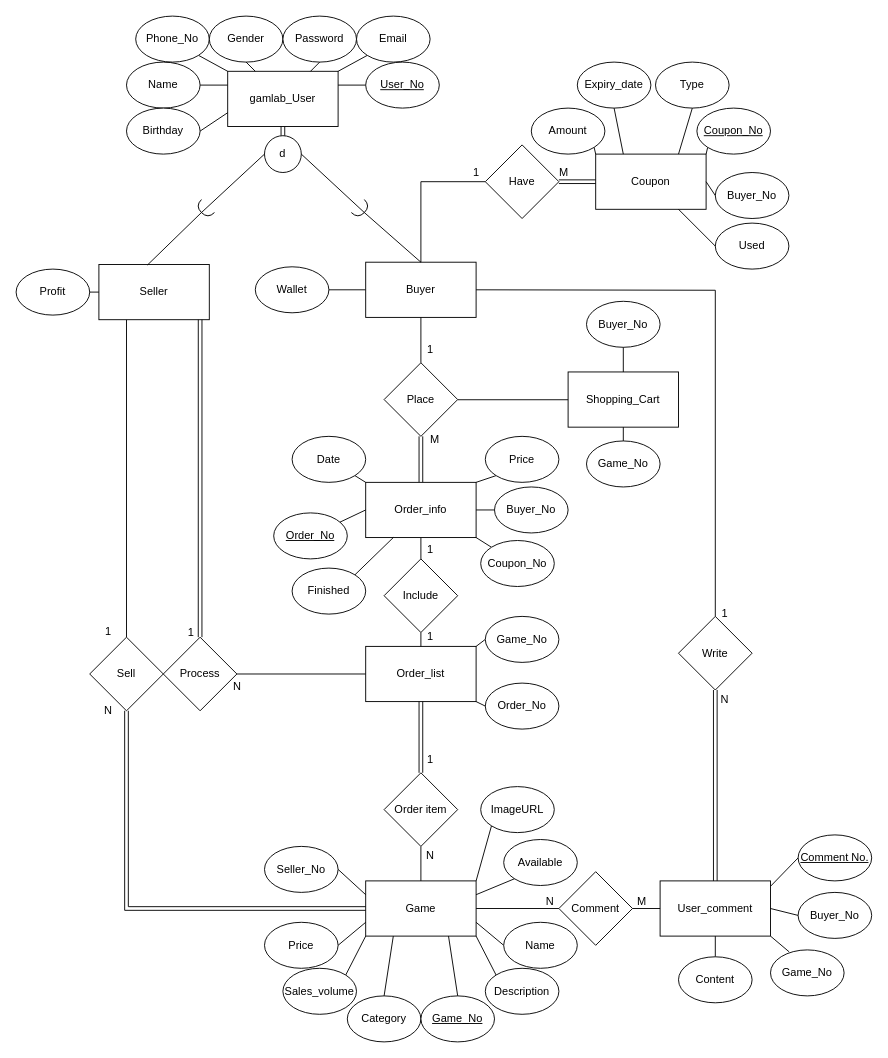
13urgerKing/109-1DBMS keeps this draw.io diagram as page "ER Diagram" (2 of 3) of DBMS.drawio. Above is the earlier version. Source tidied: cells renumbered, new cells numbered last; positions are measured from the earlier drawing's top-left corner, leaving out a move shared by most shapes. Both pictures are drawn from the tidied source at 92%, with x=0, y=0 at pixel (16, 16).
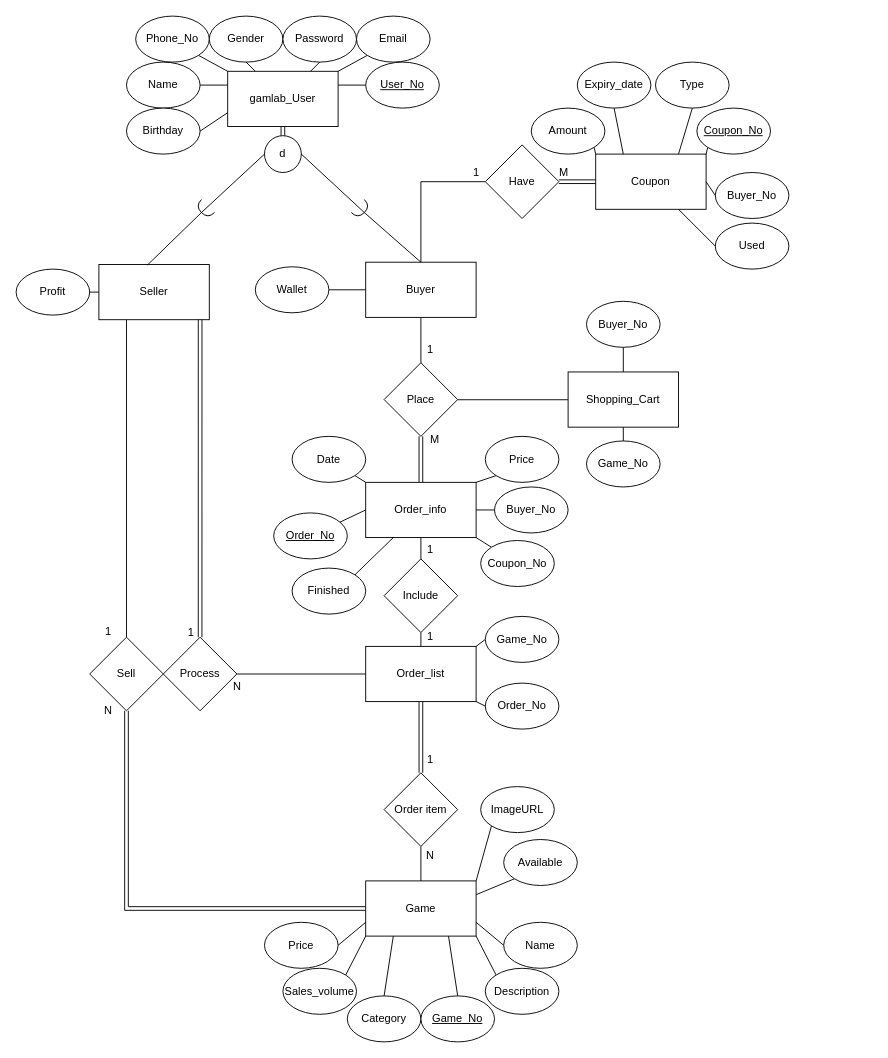
Above is the later version.

The change refers to these unchanged cells:
```xml
<mxCell id="9" value="Buyer" style="rounded=0;whiteSpace=wrap;html=1;" parent="1" vertex="1">
  <mxGeometry x="380" y="267.5" width="120" height="60" as="geometry" />
</mxCell>
<mxCell id="28" value="Game" style="rounded=0;whiteSpace=wrap;html=1;" parent="1" vertex="1">
  <mxGeometry x="380" y="940" width="120" height="60" as="geometry" />
</mxCell>
```

Change to the diagram source:
```diff
@@
-    <mxCell id="45" value="Comment" style="rhombus;whiteSpace=wrap;html=1;" parent="1" vertex="1">
-      <mxGeometry x="590" y="930" width="80" height="80" as="geometry" />
-    </mxCell>
-    <mxCell id="46" style="edgeStyle=none;rounded=0;jettySize=auto;html=1;exitX=1;exitY=0.5;exitDx=0;exitDy=0;entryX=0;entryY=0.5;entryDx=0;entryDy=0;endArrow=none;endFill=0;" parent="1" edge="1" source="28" target="45">
-      <mxGeometry x="50" y="132.5" as="geometry" />
-    </mxCell>
@@
-    <mxCell id="64" value="User_comment" style="rounded=0;whiteSpace=wrap;html=1;" parent="1" vertex="1">
-      <mxGeometry x="700" y="940" width="120" height="60" as="geometry" />
-    </mxCell>
-    <mxCell id="65" style="edgeStyle=none;rounded=0;jettySize=auto;html=1;exitX=1;exitY=0.5;exitDx=0;exitDy=0;entryX=0;entryY=0.5;entryDx=0;entryDy=0;endArrow=none;endFill=0;" parent="1" edge="1" source="45" target="64">
-      <mxGeometry x="50" y="132.5" as="geometry" />
-    </mxCell>
-    <mxCell id="66" style="edgeStyle=none;rounded=0;jettySize=auto;html=1;exitX=0.5;exitY=1;exitDx=0;exitDy=0;entryX=0.5;entryY=0;entryDx=0;entryDy=0;endArrow=none;endFill=0;shape=link;" parent="1" edge="1" source="67" target="64">
-      <mxGeometry x="50" y="132.5" as="geometry" />
-    </mxCell>
-    <mxCell id="67" value="Write" style="rhombus;whiteSpace=wrap;html=1;" parent="1" vertex="1">
-      <mxGeometry x="720" y="652.5" width="80" height="80" as="geometry" />
-    </mxCell>
-    <mxCell id="68" style="edgeStyle=none;rounded=0;jettySize=auto;html=1;exitX=1;exitY=0.5;exitDx=0;exitDy=0;entryX=0.5;entryY=0;entryDx=0;entryDy=0;endArrow=none;endFill=0;" parent="1" edge="1" source="9" target="67">
-      <mxGeometry x="50" as="geometry">
-        <Array as="points">
-          <mxPoint x="760" y="298" />
-        </Array>
-      </mxGeometry>
-    </mxCell>
-    <mxCell id="69" style="edgeStyle=none;rounded=0;jettySize=auto;html=1;exitX=0.5;exitY=0;exitDx=0;exitDy=0;entryX=0.5;entryY=1;entryDx=0;entryDy=0;endArrow=none;endFill=0;" parent="1" edge="1" source="70" target="64">
-      <mxGeometry x="50" y="132.5" as="geometry" />
-    </mxCell>
-    <mxCell id="70" value="Content" style="ellipse;whiteSpace=wrap;html=1;" parent="1" vertex="1">
-      <mxGeometry x="720" y="1022.5" width="80" height="50" as="geometry" />
-    </mxCell>
-    <mxCell id="71" style="edgeStyle=none;rounded=0;orthogonalLoop=1;jettySize=auto;html=1;exitX=0;exitY=0.5;exitDx=0;exitDy=0;endArrow=none;endFill=0;" parent="1" edge="1" source="70" target="70">
-      <mxGeometry x="50" y="132.5" as="geometry" />
-    </mxCell>
@@
-    <mxCell id="74" value="1" style="text;html=1;align=center;verticalAlign=middle;" parent="1" vertex="1">
-      <mxGeometry x="760" y="640" width="20" height="20" as="geometry" />
-    </mxCell>
-    <mxCell id="75" value="N" style="text;html=1;align=center;verticalAlign=middle;" parent="1" vertex="1">
-      <mxGeometry x="760" y="732.5" width="20" height="20" as="geometry" />
-    </mxCell>
-    <mxCell id="76" value="M" style="text;html=1;align=center;verticalAlign=middle;" parent="1" vertex="1">
-      <mxGeometry x="665" y="952.5" width="30" height="20" as="geometry" />
-    </mxCell>
-    <mxCell id="77" value="N" style="text;html=1;align=center;verticalAlign=middle;" parent="1" vertex="1">
-      <mxGeometry x="570" y="952.5" width="20" height="20" as="geometry" />
-    </mxCell>
-    <mxCell id="78" value="Comment No." style="ellipse;whiteSpace=wrap;html=1;fontStyle=4;" parent="1" vertex="1">
-      <mxGeometry x="850" y="890" width="80" height="50" as="geometry" />
-    </mxCell>
@@
-    <mxCell id="116" value="Seller_No" style="ellipse;whiteSpace=wrap;html=1;" parent="1" vertex="1">
-      <mxGeometry x="270" y="902.5" width="80" height="50" as="geometry" />
-    </mxCell>
-    <mxCell id="117" style="edgeStyle=none;rounded=0;jettySize=auto;html=1;exitX=0;exitY=0.25;exitDx=0;exitDy=0;entryX=1;entryY=0.5;entryDx=0;entryDy=0;endArrow=none;endFill=0;" parent="1" edge="1" source="28" target="116">
-      <mxGeometry x="60" y="142.5" as="geometry" />
-    </mxCell>
@@
-    <mxCell id="128" value="Buyer_No" style="ellipse;whiteSpace=wrap;html=1;" parent="1" vertex="1">
-      <mxGeometry x="850" y="952.5" width="80" height="50" as="geometry" />
-    </mxCell>
-    <mxCell id="129" value="Game_No" style="ellipse;whiteSpace=wrap;html=1;" parent="1" vertex="1">
-      <mxGeometry x="820" y="1015" width="80" height="50" as="geometry" />
-    </mxCell>
-    <mxCell id="130" style="edgeStyle=none;rounded=0;jettySize=auto;html=1;exitX=0;exitY=0.5;exitDx=0;exitDy=0;entryX=1.003;entryY=0.092;entryDx=0;entryDy=0;endArrow=none;endFill=0;entryPerimeter=0;" parent="1" edge="1" source="78" target="64">
-      <mxGeometry x="60" y="142.5" as="geometry" />
-    </mxCell>
-    <mxCell id="131" style="edgeStyle=none;rounded=0;jettySize=auto;html=1;exitX=0;exitY=0.5;exitDx=0;exitDy=0;entryX=1;entryY=0.5;entryDx=0;entryDy=0;endArrow=none;endFill=0;" parent="1" edge="1" source="128" target="64">
-      <mxGeometry x="70" y="152.5" as="geometry" />
-    </mxCell>
-    <mxCell id="132" style="edgeStyle=none;rounded=0;jettySize=auto;html=1;exitX=0.254;exitY=0.043;exitDx=0;exitDy=0;entryX=1;entryY=1;entryDx=0;entryDy=0;endArrow=none;endFill=0;exitPerimeter=0;" parent="1" edge="1" source="129" target="64">
-      <mxGeometry x="80" y="162.5" as="geometry" />
-    </mxCell>
```
